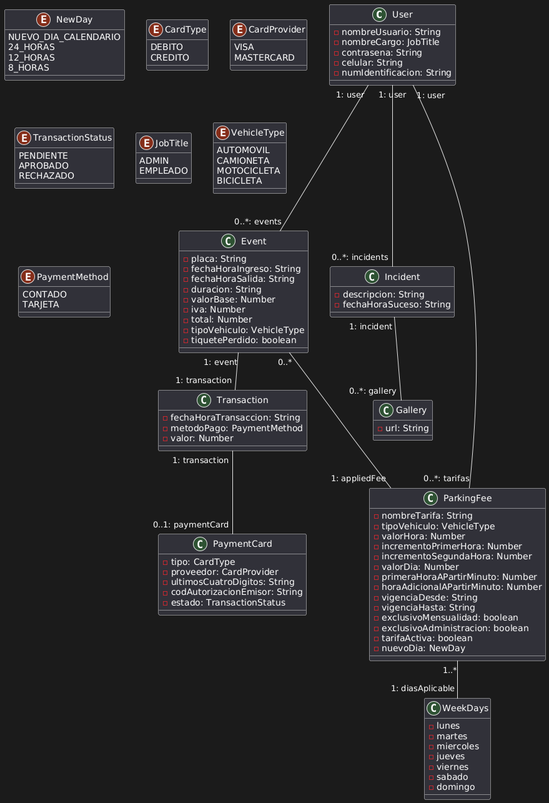
Earlier version of the PlantUML export servi-park/src/docs/UML Diagram.png (juanAndresJaramilloP/ServiPark).
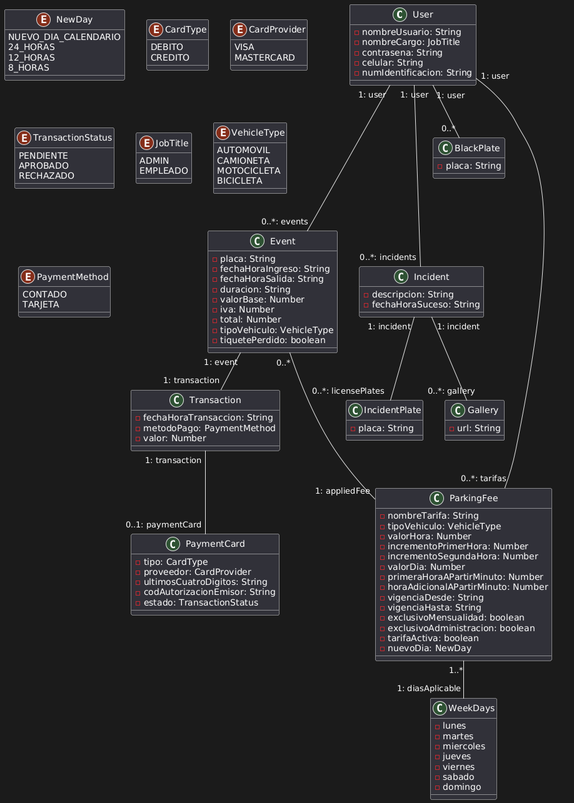
Later version of the same file.

The edit, as a diff of the source:
```diff
@@ -27,6 +27,17 @@
 
 - descripcion: String
 - fechaHoraSuceso: String
+}
+
+class IncidentPlate {
+
+- placa: String
+
+}
+
+class BlackPlate {
+
+- placa: String
 
 }
 
@@ -136,7 +147,9 @@
 Event "0..*" --- "1: appliedFee" ParkingFee
 Transaction "1: transaction" -- "0..1: paymentCard" PaymentCard
 Incident "1: incident" -- "0..*: gallery" Gallery
+Incident "1: incident" -- "0..*: licensePlates" IncidentPlate
 User "1: user" --- "0..*: incidents" Incident
+User "1: user" -- "0..*" BlackPlate
 User "1: user" ---- "0..*: tarifas" ParkingFee
 ParkingFee "1..*" -- "1: diasAplicable" WeekDays
 @enduml
```
